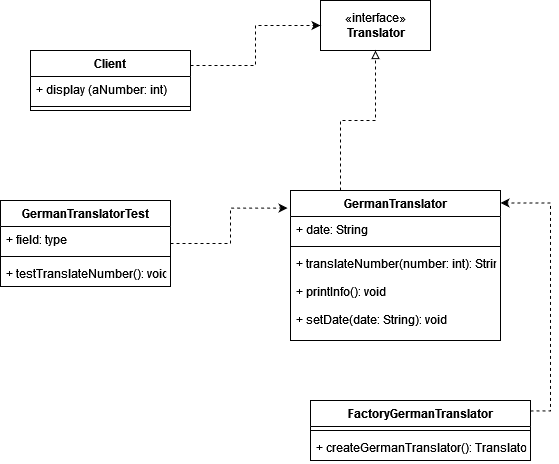
The draw.io diagram src/org/hbrs/s1/ws22/uebung1/Aufgabe1-2.drawio.png in fitnesstino/WS22-SE1, before a commit. Source tidied: cells renumbered, new cells last; positions are measured from the earlier drawing's top-left corner, leaving out a move shared by most shapes.
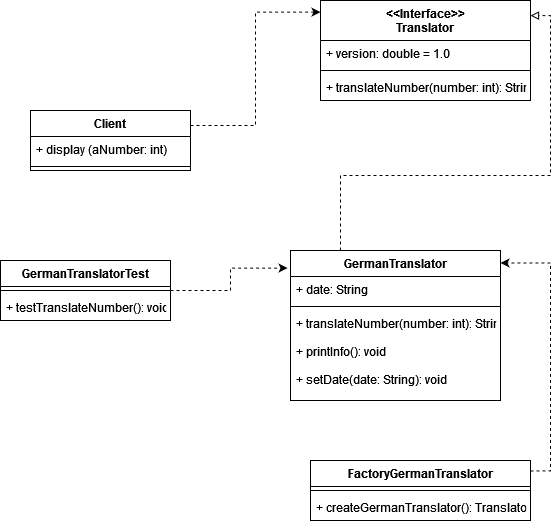
The same diagram one commit later.

Diff of the diagram source:
```diff
@@ -2,15 +2,12 @@
   <root>
     <mxCell id="0" />
     <mxCell id="1" parent="0" />
-    <mxCell id="2" value="«interface»&lt;br&gt;&lt;div&gt;&lt;b&gt;Translator&lt;/b&gt;&lt;/div&gt;" style="html=1;" parent="1" vertex="1">
-      <mxGeometry x="320" width="110" height="50" as="geometry" />
-    </mxCell>
-    <mxCell id="3" style="edgeStyle=orthogonalEdgeStyle;rounded=0;jettySize=auto;html=1;exitX=1;exitY=0.5;exitDx=0;exitDy=0;entryX=0;entryY=0.5;entryDx=0;entryDy=0;dashed=1;" parent="1" edge="1" target="2">
+    <mxCell id="3" style="edgeStyle=orthogonalEdgeStyle;rounded=0;jettySize=auto;html=1;exitX=1;exitY=0.5;exitDx=0;exitDy=0;entryX=0;entryY=0.116;entryDx=0;entryDy=0;dashed=1;entryPerimeter=0;" parent="1" edge="1" target="21">
       <mxGeometry relative="1" as="geometry">
         <mxPoint x="190" y="65" as="sourcePoint" />
       </mxGeometry>
     </mxCell>
-    <mxCell id="4" style="edgeStyle=orthogonalEdgeStyle;rounded=0;jettySize=auto;html=1;entryX=0.5;entryY=1;entryDx=0;entryDy=0;dashed=1;endArrow=block;endFill=0;" parent="1" edge="1" target="2">
+    <mxCell id="4" style="edgeStyle=orthogonalEdgeStyle;rounded=0;jettySize=auto;html=1;dashed=1;endArrow=block;endFill=0;entryX=1;entryY=0.151;entryDx=0;entryDy=0;entryPerimeter=0;" parent="1" edge="1" target="21">
       <mxGeometry relative="1" as="geometry">
         <mxPoint x="340" y="190" as="sourcePoint" />
       </mxGeometry>
@@ -40,16 +37,13 @@
       <mxGeometry relative="1" as="geometry" />
     </mxCell>
     <mxCell id="13" value="GermanTranslatorTest" style="swimlane;fontStyle=1;align=center;verticalAlign=top;horizontal=1;startSize=26;" parent="1" vertex="1">
-      <mxGeometry y="200" width="170" height="86" as="geometry" />
+      <mxGeometry y="200" width="170" height="60" as="geometry" />
     </mxCell>
-    <mxCell id="14" value="+ field: type" style="text;strokeColor=none;fillColor=none;align=left;verticalAlign=top;spacingLeft=4;spacingRight=4;overflow=hidden;" parent="13" vertex="1">
-      <mxGeometry y="26" width="170" height="26" as="geometry" />
-    </mxCell>
     <mxCell id="15" style="line;strokeWidth=1;fillColor=none;align=left;verticalAlign=middle;spacingTop=-1;spacingLeft=3;spacingRight=3;labelPosition=right;" parent="13" vertex="1">
-      <mxGeometry y="52" width="170" height="8" as="geometry" />
+      <mxGeometry y="26" width="170" height="8" as="geometry" />
     </mxCell>
     <mxCell id="16" value="+ testTranslateNumber(): void" style="text;strokeColor=none;fillColor=none;align=left;verticalAlign=top;spacingLeft=4;spacingRight=4;overflow=hidden;" parent="13" vertex="1">
-      <mxGeometry y="60" width="170" height="26" as="geometry" />
+      <mxGeometry y="34" width="170" height="26" as="geometry" />
     </mxCell>
     <mxCell id="17" style="edgeStyle=orthogonalEdgeStyle;rounded=0;jettySize=auto;html=1;entryX=1;entryY=0.083;entryDx=0;entryDy=0;entryPerimeter=0;dashed=1;exitX=1;exitY=0.174;exitDx=0;exitDy=0;exitPerimeter=0;" parent="1" edge="1" source="18" target="5">
       <mxGeometry relative="1" as="geometry" />
@@ -63,5 +57,17 @@
     <mxCell id="20" value="+ createGermanTranslator(): Translator" style="text;strokeColor=none;fillColor=none;align=left;verticalAlign=top;spacingLeft=4;spacingRight=4;overflow=hidden;" parent="18" vertex="1">
       <mxGeometry y="34" width="220" height="26" as="geometry" />
     </mxCell>
+    <mxCell id="21" value="&lt;&lt;Interface&gt;&gt;&#10;Translator&#10;" style="swimlane;fontStyle=1;align=center;verticalAlign=top;horizontal=1;startSize=40;" parent="1" vertex="1">
+      <mxGeometry x="320" y="-60" width="210" height="100" as="geometry" />
+    </mxCell>
+    <mxCell id="22" value="+ version: double = 1.0" style="text;strokeColor=none;fillColor=none;align=left;verticalAlign=top;spacingLeft=4;spacingRight=4;overflow=hidden;" parent="21" vertex="1">
+      <mxGeometry y="40" width="210" height="26" as="geometry" />
+    </mxCell>
+    <mxCell id="23" style="line;strokeWidth=1;fillColor=none;align=left;verticalAlign=middle;spacingTop=-1;spacingLeft=3;spacingRight=3;labelPosition=right;strokeColor=inherit;" parent="21" vertex="1">
+      <mxGeometry y="66" width="210" height="8" as="geometry" />
+    </mxCell>
+    <mxCell id="24" value="+ translateNumber(number: int): String" style="text;strokeColor=none;fillColor=none;align=left;verticalAlign=top;spacingLeft=4;spacingRight=4;overflow=hidden;" parent="21" vertex="1">
+      <mxGeometry y="74" width="210" height="26" as="geometry" />
+    </mxCell>
   </root>
 </mxGraphModel>
```
